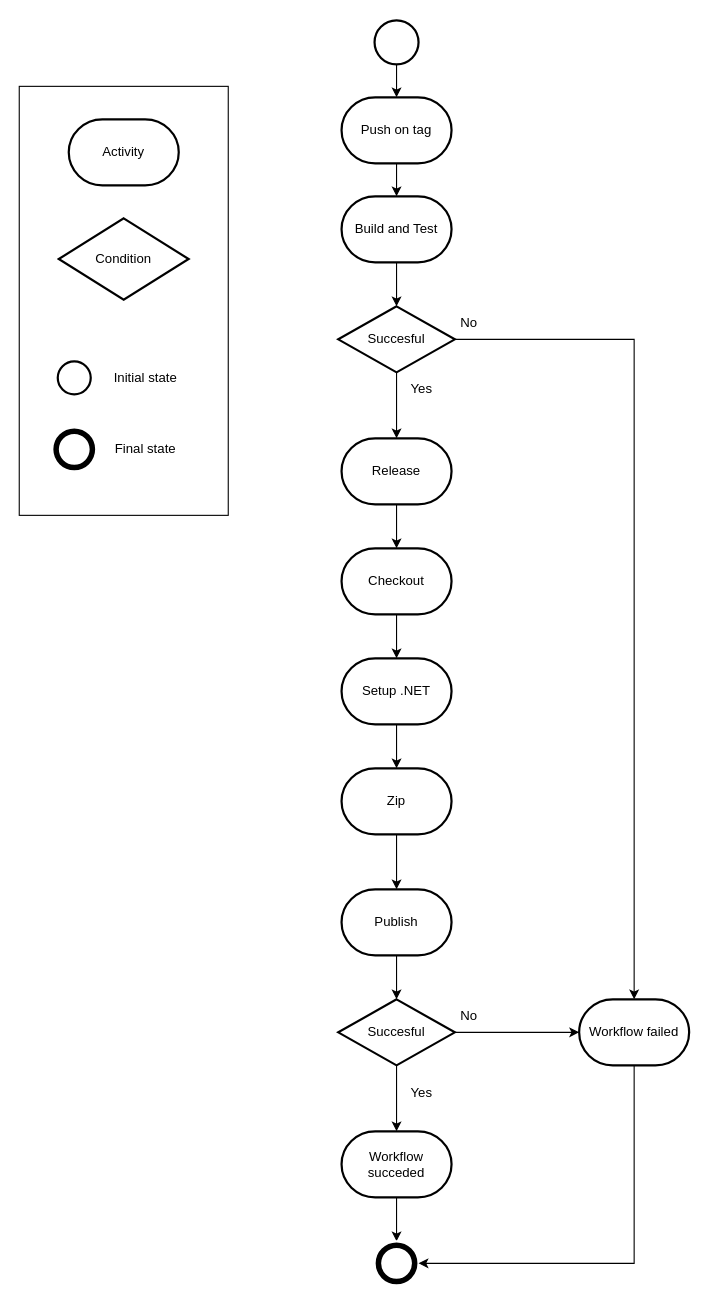
This is docs/diagrams/Release.drawio from ITU-BDSA23-GROUP8/Chirp, a draw.io file, before an edit. Source tidied: cells renumbered, new cells numbered last; positions are measured from the earlier drawing's top-left corner, leaving out a move shared by most shapes. Both pictures are drawn from the tidied source at 110%, with x=0, y=0 at pixel (19, 20).
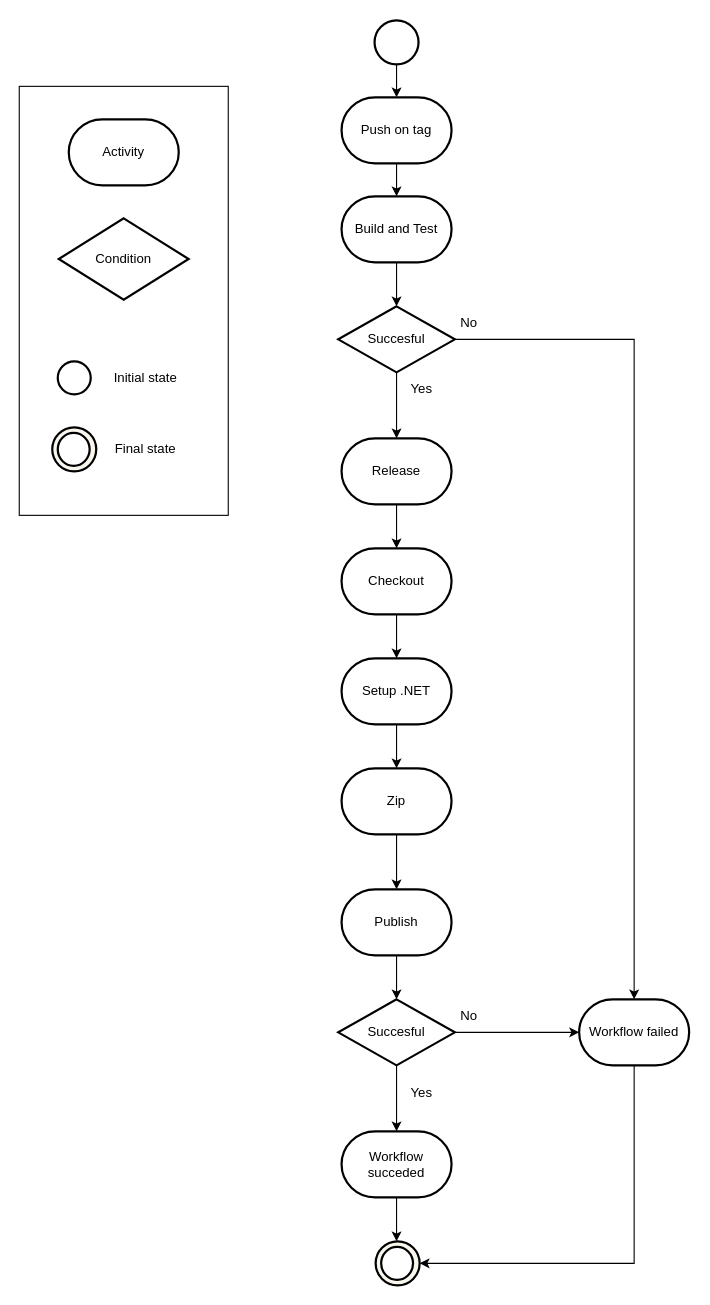
Above is the later version.

Commit message (it also covers changes not shown here):
inserted another diagram and png

Unchanged cells that the change refers to:
```xml
<mxCell id="17" value="Workflow failed" style="strokeWidth=2;html=1;shape=mxgraph.flowchart.terminator;whiteSpace=wrap;" parent="1" vertex="1">
  <mxGeometry x="509" y="890" width="100" height="60" as="geometry" />
</mxCell>
<mxCell id="19" value="Workflow succeded" style="strokeWidth=2;html=1;shape=mxgraph.flowchart.terminator;whiteSpace=wrap;" parent="1" vertex="1">
  <mxGeometry x="293" y="1010" width="100" height="60" as="geometry" />
</mxCell>
```

The edit, as a diff of the source:
```diff
@@
-    <mxCell id="18" style="edgeStyle=orthogonalEdgeStyle;rounded=0;jettySize=auto;html=1;entryX=0.5;entryY=0;entryDx=0;entryDy=0;entryPerimeter=0;" parent="1" edge="1" source="19" target="25">
-      <mxGeometry relative="1" as="geometry" />
+    <mxCell id="18" style="edgeStyle=orthogonalEdgeStyle;rounded=0;jettySize=auto;html=1;entryX=0.5;entryY=0;entryDx=0;entryDy=0;entryPerimeter=0;" parent="1" edge="1" source="19">
+      <mxGeometry relative="1" as="geometry">
+        <mxPoint x="343" y="1110" as="targetPoint" />
+      </mxGeometry>
     </mxCell>
@@
-    <mxCell id="25" style="strokeWidth=2;html=1;shape=mxgraph.flowchart.start_2;whiteSpace=wrap;fillColor=#000000;strokeColor=#FFFFFF;" parent="1" vertex="1">
-      <mxGeometry x="323" y="1110" width="40" height="40" as="geometry" />
-    </mxCell>
-    <mxCell id="26" style="strokeWidth=2;html=1;shape=mxgraph.flowchart.start_2;whiteSpace=wrap;" parent="1" vertex="1">
-      <mxGeometry x="328" y="1115" width="30" height="30" as="geometry" />
-    </mxCell>
-    <mxCell id="27" style="edgeStyle=orthogonalEdgeStyle;rounded=0;jettySize=auto;html=1;entryX=1;entryY=0.5;entryDx=0;entryDy=0;entryPerimeter=0;exitX=0.5;exitY=1;exitDx=0;exitDy=0;exitPerimeter=0;" parent="1" edge="1" source="17" target="25">
+    <mxCell id="27" style="edgeStyle=orthogonalEdgeStyle;rounded=0;jettySize=auto;html=1;entryX=1;entryY=0.5;entryDx=0;entryDy=0;entryPerimeter=0;exitX=0.5;exitY=1;exitDx=0;exitDy=0;exitPerimeter=0;" parent="1" edge="1" source="17" target="42">
       <mxGeometry relative="1" as="geometry" />
     </mxCell>
@@
-    <mxCell id="40" style="strokeWidth=2;html=1;shape=mxgraph.flowchart.start_2;whiteSpace=wrap;fillColor=#000000;strokeColor=#FFFFFF;" parent="1" vertex="1">
-      <mxGeometry x="30" y="370" width="40" height="40" as="geometry" />
-    </mxCell>
-    <mxCell id="41" style="strokeWidth=2;html=1;shape=mxgraph.flowchart.start_2;whiteSpace=wrap;" parent="1" vertex="1">
-      <mxGeometry x="35" y="375" width="30" height="30" as="geometry" />
-    </mxCell>
+    <mxCell id="42" style="strokeWidth=2;html=1;shape=mxgraph.flowchart.start_2;whiteSpace=wrap;fillColor=#f9f7ed;strokeColor=#000000;" parent="1" vertex="1">
+      <mxGeometry x="324" y="1110" width="40" height="40" as="geometry" />
+    </mxCell>
+    <mxCell id="43" style="strokeWidth=2;html=1;shape=mxgraph.flowchart.start_2;whiteSpace=wrap;" parent="1" vertex="1">
+      <mxGeometry x="329" y="1115" width="29" height="30" as="geometry" />
+    </mxCell>
+    <mxCell id="44" style="strokeWidth=2;html=1;shape=mxgraph.flowchart.start_2;whiteSpace=wrap;fillColor=#f9f7ed;strokeColor=#000000;" parent="1" vertex="1">
+      <mxGeometry x="30" y="370" width="40" height="40" as="geometry" />
+    </mxCell>
+    <mxCell id="45" style="strokeWidth=2;html=1;shape=mxgraph.flowchart.start_2;whiteSpace=wrap;" parent="1" vertex="1">
+      <mxGeometry x="35" y="375" width="29" height="30" as="geometry" />
+    </mxCell>
```
